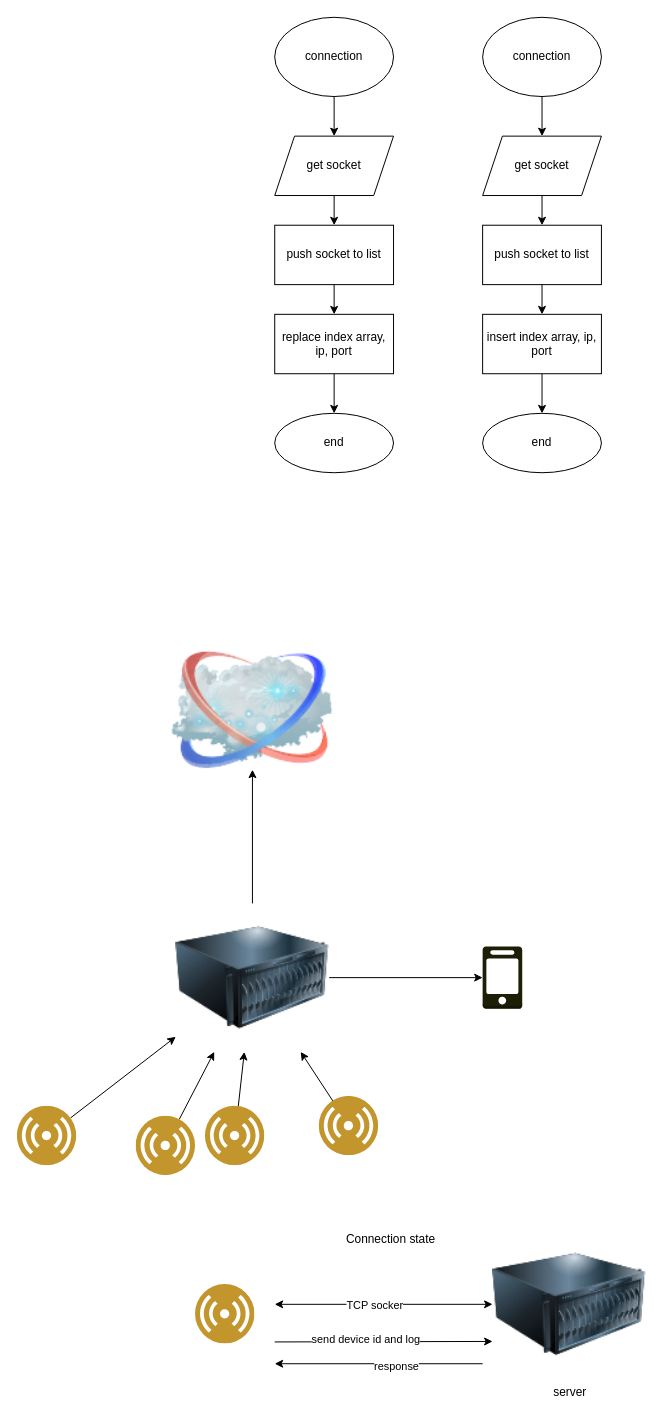
This is mw_health_bracelet/mw_init_connect.dio from marwan17705/mw_node_smart_watch_tcp_socket, a draw.io file, before an edit. Source tidied: cells renumbered, new cells numbered last; positions are measured from the earlier drawing's top-left corner, leaving out a move shared by most shapes. Both pictures are drawn from the tidied source at 99%, with x=0, y=0 at pixel (17, 17).
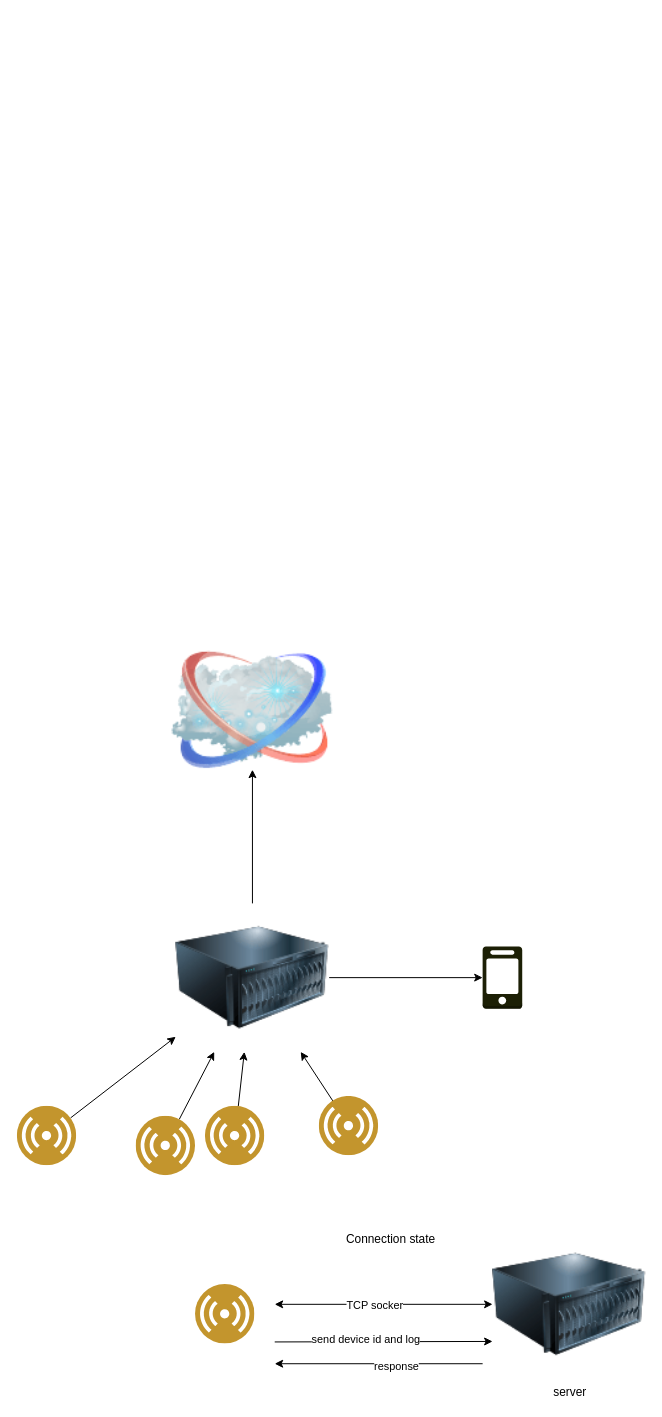
Above is the later version.

The edit, as a diff of the source:
```diff
@@
-    <mxCell id="2" style="edgeStyle=none;html=1;" parent="1" edge="1" source="3" target="5">
-      <mxGeometry relative="1" as="geometry" />
-    </mxCell>
-    <mxCell id="3" value="connection" style="ellipse;whiteSpace=wrap;html=1;" parent="1" vertex="1">
-      <mxGeometry x="260" width="120" height="80" as="geometry" />
-    </mxCell>
-    <mxCell id="4" style="edgeStyle=none;html=1;" parent="1" edge="1" source="5">
-      <mxGeometry relative="1" as="geometry">
-        <mxPoint x="320" y="210" as="targetPoint" />
-      </mxGeometry>
-    </mxCell>
-    <mxCell id="5" value="get socket" style="shape=parallelogram;perimeter=parallelogramPerimeter;whiteSpace=wrap;html=1;fixedSize=1;" parent="1" vertex="1">
-      <mxGeometry x="260" y="120" width="120" height="60" as="geometry" />
-    </mxCell>
-    <mxCell id="6" style="edgeStyle=none;html=1;" parent="1" edge="1" source="7" target="22">
-      <mxGeometry relative="1" as="geometry" />
-    </mxCell>
-    <mxCell id="7" value="push socket to list" style="rounded=0;whiteSpace=wrap;html=1;" parent="1" vertex="1">
-      <mxGeometry x="260" y="210" width="120" height="60" as="geometry" />
-    </mxCell>
@@
-    <mxCell id="21" style="edgeStyle=none;html=1;" parent="1" edge="1" source="22" target="23">
-      <mxGeometry relative="1" as="geometry" />
-    </mxCell>
-    <mxCell id="22" value="replace index array, ip, port" style="rounded=0;whiteSpace=wrap;html=1;" parent="1" vertex="1">
-      <mxGeometry x="260" y="300" width="120" height="60" as="geometry" />
-    </mxCell>
-    <mxCell id="23" value="end" style="ellipse;whiteSpace=wrap;html=1;rounded=0;" parent="1" vertex="1">
-      <mxGeometry x="260" y="400" width="120" height="60" as="geometry" />
-    </mxCell>
-    <mxCell id="24" style="edgeStyle=none;html=1;" parent="1" edge="1" source="25" target="27">
-      <mxGeometry relative="1" as="geometry" />
-    </mxCell>
-    <mxCell id="25" value="connection" style="ellipse;whiteSpace=wrap;html=1;" parent="1" vertex="1">
-      <mxGeometry x="470" width="120" height="80" as="geometry" />
-    </mxCell>
-    <mxCell id="26" style="edgeStyle=none;html=1;" parent="1" edge="1" source="27">
-      <mxGeometry relative="1" as="geometry">
-        <mxPoint x="530" y="210" as="targetPoint" />
-      </mxGeometry>
-    </mxCell>
-    <mxCell id="27" value="get socket" style="shape=parallelogram;perimeter=parallelogramPerimeter;whiteSpace=wrap;html=1;fixedSize=1;" parent="1" vertex="1">
-      <mxGeometry x="470" y="120" width="120" height="60" as="geometry" />
-    </mxCell>
-    <mxCell id="28" style="edgeStyle=none;html=1;" parent="1" edge="1" source="29" target="31">
-      <mxGeometry relative="1" as="geometry" />
-    </mxCell>
-    <mxCell id="29" value="push socket to list" style="rounded=0;whiteSpace=wrap;html=1;" parent="1" vertex="1">
-      <mxGeometry x="470" y="210" width="120" height="60" as="geometry" />
-    </mxCell>
-    <mxCell id="30" style="edgeStyle=none;html=1;" parent="1" edge="1" source="31" target="32">
-      <mxGeometry relative="1" as="geometry" />
-    </mxCell>
-    <mxCell id="31" value="insert index array, ip, port" style="rounded=0;whiteSpace=wrap;html=1;" parent="1" vertex="1">
-      <mxGeometry x="470" y="300" width="120" height="60" as="geometry" />
-    </mxCell>
-    <mxCell id="32" value="end" style="ellipse;whiteSpace=wrap;html=1;rounded=0;" parent="1" vertex="1">
-      <mxGeometry x="470" y="400" width="120" height="60" as="geometry" />
-    </mxCell>
```
